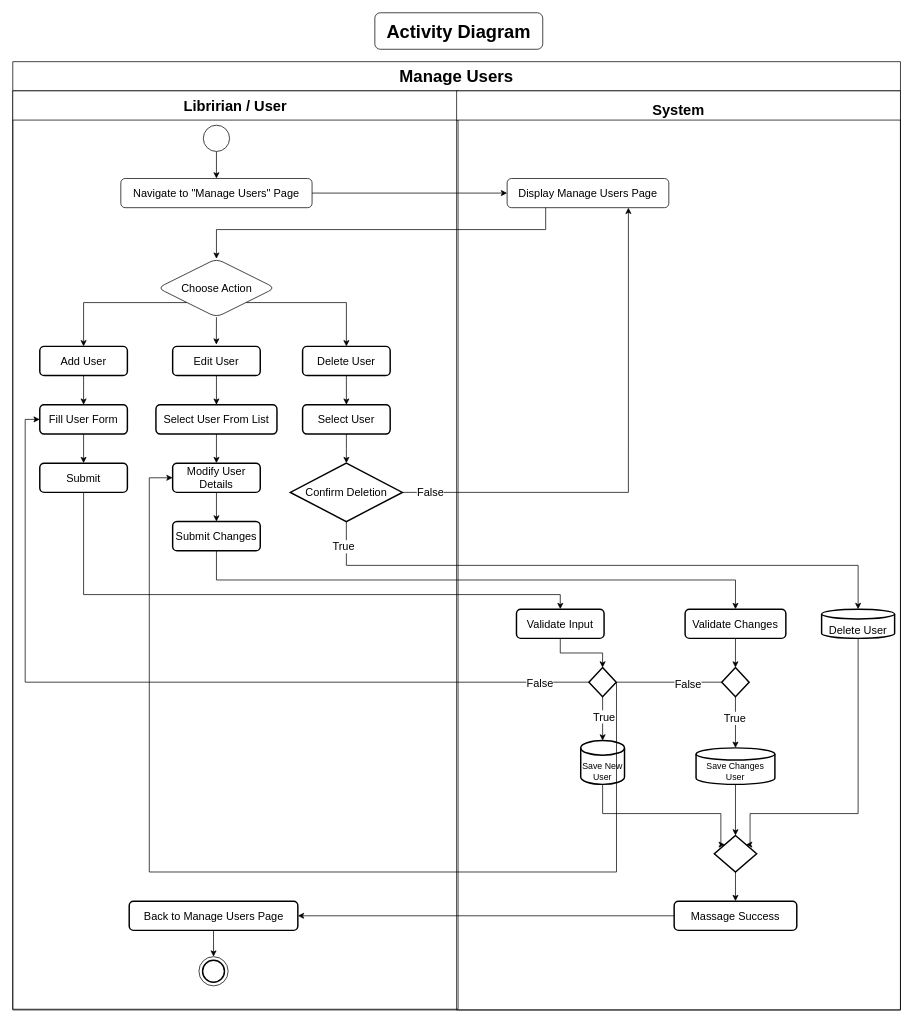
Above: page "manageUsers_activity" (5 of 6) of config-learn.drawio in Anggieta2/konfigure_BE-learn (draw.io), before the change. Source tidied: cells renumbered, new cells numbered last; positions are measured from the earlier drawing's top-left corner, leaving out a move shared by most shapes. Both pictures are drawn from the tidied source at 73%, with x=0, y=0 at pixel (12, 12).
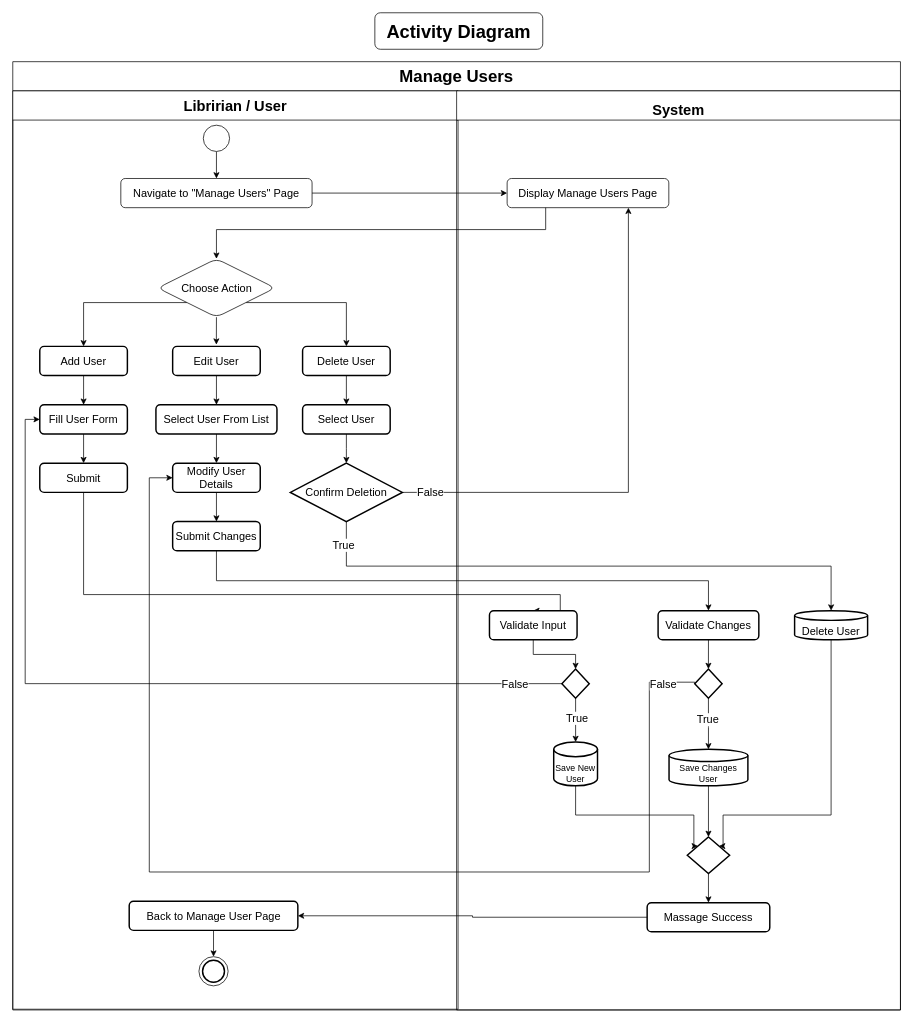
Above is the later version.

Commit message:
manage books activity diagram

The change refers to these unchanged cells:
```xml
<mxCell id="2" value="&lt;font style=&quot;font-size: 23px;&quot;&gt;Manage Users&lt;/font&gt;" style="swimlane;whiteSpace=wrap;html=1;startSize=40;fillColor=none;fontColor=light-dark(#000000,#FFFFFF);strokeColor=default;" parent="1" vertex="1">
  <mxGeometry y="67" width="1216" height="1299" as="geometry" />
</mxCell>
<mxCell id="3" value="&lt;font style=&quot;font-size: 20px;&quot;&gt;Libririan / User&lt;/font&gt;" style="swimlane;whiteSpace=wrap;html=1;startSize=40;" parent="2" vertex="1">
  <mxGeometry y="40" width="610" height="1258" as="geometry" />
</mxCell>
<mxCell id="21" value="Modify User Details" style="rounded=1;whiteSpace=wrap;html=1;fontSize=15;strokeWidth=2;" parent="3" vertex="1">
  <mxGeometry x="219" y="510" width="120" height="40" as="geometry" />
</mxCell>
<mxCell id="32" value="&lt;font&gt;System&lt;/font&gt;" style="swimlane;whiteSpace=wrap;html=1;startSize=40;fontColor=light-dark(#000000,#FFFFFF);fontSize=20;verticalAlign=bottom;" parent="2" vertex="1">
  <mxGeometry x="608" y="40" width="608" height="1259" as="geometry" />
</mxCell>
```

What changed in the source:
```diff
@@
-    <mxCell id="31" value="Back to Manage Users Page" style="rounded=1;whiteSpace=wrap;html=1;fontSize=15;strokeWidth=2;" parent="3" vertex="1">
+    <mxCell id="31" value="Back to Manage User Page" style="rounded=1;whiteSpace=wrap;html=1;fontSize=15;strokeWidth=2;" parent="3" vertex="1">
       <mxGeometry x="159.5" y="1110" width="231" height="40" as="geometry" />
     </mxCell>
@@
     <mxCell id="36" style="strokeWidth=2;html=1;shape=mxgraph.flowchart.decision;whiteSpace=wrap;" parent="32" vertex="1">
-      <mxGeometry x="181.2" y="790" width="37.5" height="40" as="geometry" />
+      <mxGeometry x="144.2" y="792" width="37.5" height="40" as="geometry" />
     </mxCell>
     <mxCell id="37" style="strokeWidth=2;html=1;shape=mxgraph.flowchart.decision;whiteSpace=wrap;" parent="32" vertex="1">
-      <mxGeometry x="363.2" y="790" width="37.5" height="40" as="geometry" />
+      <mxGeometry x="326.2" y="792" width="37.5" height="40" as="geometry" />
     </mxCell>
     <mxCell id="38" style="edgeStyle=orthogonalEdgeStyle;rounded=0;jettySize=auto;html=1;entryX=0;entryY=0;entryDx=0;entryDy=0;" parent="32" edge="1" source="39" target="49">
       <mxGeometry relative="1" as="geometry">
         <Array as="points">
-          <mxPoint x="200" y="990" />
-          <mxPoint x="362" y="990" />
+          <mxPoint x="163" y="992" />
+          <mxPoint x="325" y="992" />
         </Array>
       </mxGeometry>
     </mxCell>
     <mxCell id="39" value="Save New User" style="strokeWidth=2;html=1;shape=mxgraph.flowchart.database;whiteSpace=wrap;verticalAlign=bottom;" parent="32" vertex="1">
-      <mxGeometry x="170" y="890" width="60" height="60" as="geometry" />
+      <mxGeometry x="133" y="892" width="60" height="60" as="geometry" />
     </mxCell>
@@
     <mxCell id="41" value="Save Changes User" style="strokeWidth=2;html=1;shape=mxgraph.flowchart.database;whiteSpace=wrap;verticalAlign=bottom;" parent="32" vertex="1">
-      <mxGeometry x="328" y="900" width="108" height="50" as="geometry" />
+      <mxGeometry x="291" y="902" width="108" height="50" as="geometry" />
     </mxCell>
     <mxCell id="42" style="edgeStyle=orthogonalEdgeStyle;rounded=0;jettySize=auto;html=1;exitX=0.5;exitY=1;exitDx=0;exitDy=0;exitPerimeter=0;entryX=0.5;entryY=0;entryDx=0;entryDy=0;entryPerimeter=0;" parent="32" edge="1" source="37" target="41">
       <mxGeometry relative="1" as="geometry">
         <Array as="points">
-          <mxPoint x="382" y="870" />
-          <mxPoint x="382" y="870" />
+          <mxPoint x="345" y="872" />
+          <mxPoint x="345" y="872" />
         </Array>
       </mxGeometry>
     </mxCell>
@@
     <mxCell id="44" value="Validate Changes" style="rounded=1;whiteSpace=wrap;html=1;fontSize=15;strokeWidth=2;" parent="32" vertex="1">
-      <mxGeometry x="313" y="710" width="138" height="40" as="geometry" />
+      <mxGeometry x="276" y="712" width="138" height="40" as="geometry" />
     </mxCell>
@@
     <mxCell id="46" style="edgeStyle=orthogonalEdgeStyle;rounded=0;jettySize=auto;html=1;exitX=0.5;exitY=1;exitDx=0;exitDy=0;exitPerimeter=0;entryX=1;entryY=0;entryDx=0;entryDy=0;" parent="32" edge="1" source="47" target="49">
       <mxGeometry relative="1" as="geometry">
         <Array as="points">
-          <mxPoint x="550" y="990" />
-          <mxPoint x="402" y="990" />
+          <mxPoint x="513" y="992" />
+          <mxPoint x="365" y="992" />
         </Array>
       </mxGeometry>
     </mxCell>
     <mxCell id="47" value="Delete User" style="strokeWidth=2;html=1;shape=mxgraph.flowchart.database;whiteSpace=wrap;verticalAlign=bottom;fontSize=15;" parent="32" vertex="1">
-      <mxGeometry x="500" y="710" width="100" height="40" as="geometry" />
+      <mxGeometry x="463" y="712" width="100" height="40" as="geometry" />
     </mxCell>
@@
     <mxCell id="49" style="rhombus;whiteSpace=wrap;html=1;verticalAlign=bottom;strokeWidth=2;" parent="32" vertex="1">
-      <mxGeometry x="353" y="1020" width="58" height="50" as="geometry" />
+      <mxGeometry x="316" y="1022" width="58" height="50" as="geometry" />
     </mxCell>
     <mxCell id="50" value="Massage Success" style="rounded=1;whiteSpace=wrap;html=1;verticalAlign=middle;strokeWidth=2;fontSize=15;" parent="32" vertex="1">
-      <mxGeometry x="298" y="1110" width="168" height="40" as="geometry" />
+      <mxGeometry x="261" y="1112" width="168" height="40" as="geometry" />
     </mxCell>
@@
     <mxCell id="56" value="Validate Input" style="rounded=1;whiteSpace=wrap;html=1;fontSize=15;strokeWidth=2;" parent="2" vertex="1">
-      <mxGeometry x="690" y="750" width="120" height="40" as="geometry" />
+      <mxGeometry x="653" y="752" width="120" height="40" as="geometry" />
     </mxCell>
@@
     <mxCell id="59" style="edgeStyle=orthogonalEdgeStyle;rounded=0;jettySize=auto;html=1;exitX=0;exitY=0.5;exitDx=0;exitDy=0;exitPerimeter=0;entryX=0;entryY=0.5;entryDx=0;entryDy=0;" parent="2" edge="1" source="37" target="21">
       <mxGeometry relative="1" as="geometry">
         <Array as="points">
-          <mxPoint x="827" y="850" />
-          <mxPoint x="827" y="1110" />
+          <mxPoint x="872" y="850" />
+          <mxPoint x="872" y="1110" />
           <mxPoint x="187" y="1110" />
           <mxPoint x="187" y="570" />
         </Array>
       </mxGeometry>
     </mxCell>
```
